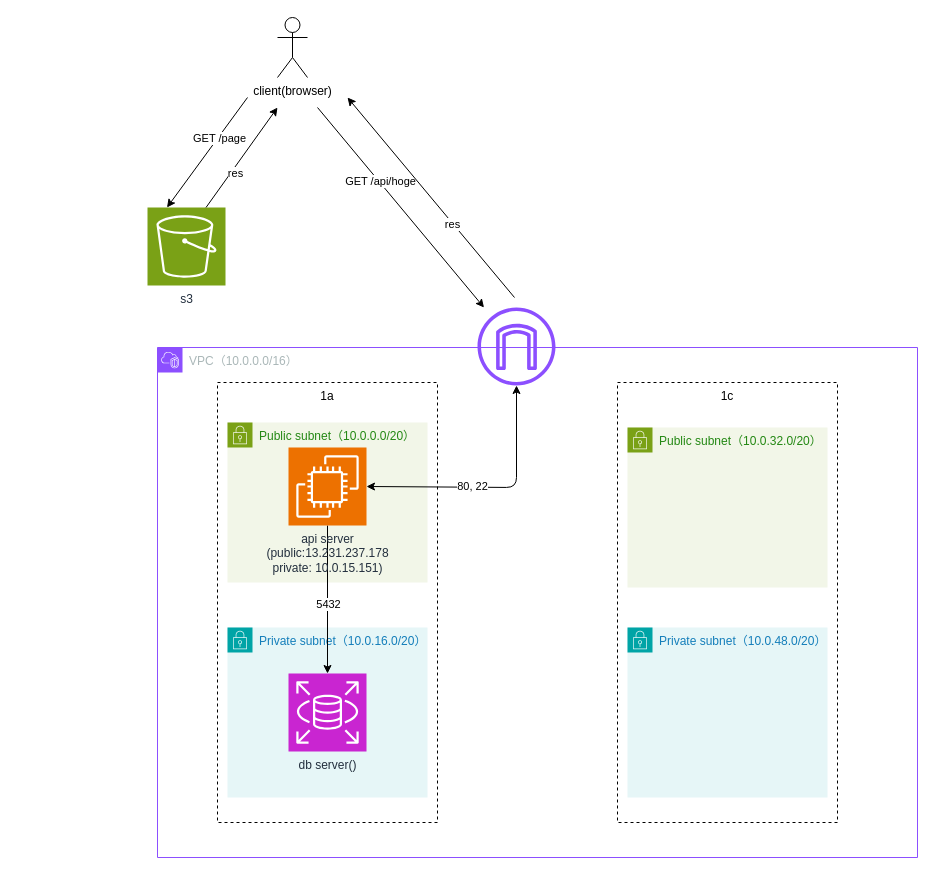
ChaSaji/aws-learn keeps this draw.io diagram as aws.drawio. Above is the earlier version. Source tidied: cells renumbered, new cells numbered last; positions are measured from the earlier drawing's top-left corner, leaving out a move shared by most shapes. Both pictures are drawn from the tidied source at 100%, with x=0, y=0 at pixel (147, 17).
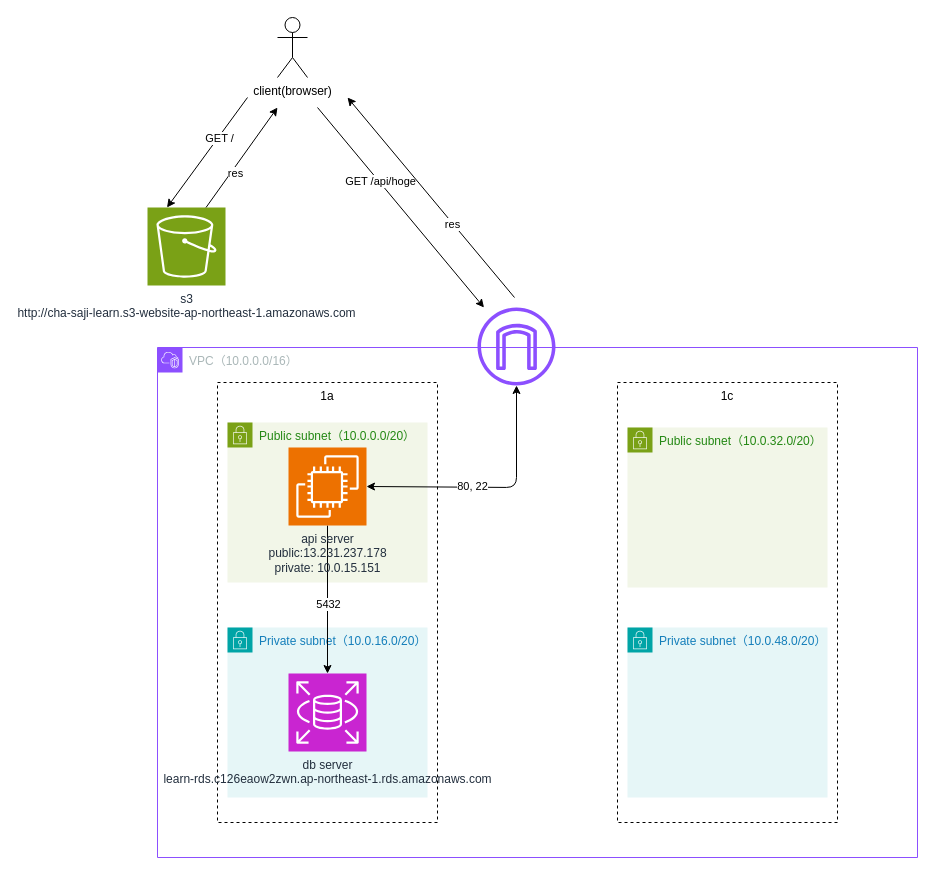
The same diagram, later.

Commit message:
add: リソースのパスを追加

Unchanged cells that the change refers to:
```xml
<mxCell id="2" value="VPC（10.0.0.0/16）" style="gradientColor=none;html=1;whiteSpace=wrap;fontSize=12;fontStyle=0;shape=mxgraph.aws4.group;grIcon=mxgraph.aws4.group_vpc2;strokeColor=#8C4FFF;fillColor=none;verticalAlign=top;align=left;spacingLeft=30;fontColor=#AAB7B8;dashed=0;" parent="1" vertex="1">
  <mxGeometry x="10" y="330" width="760" height="510" as="geometry" />
</mxCell>
<mxCell id="6" value="Private subnet（10.0.16.0/20）" style="gradientColor=none;html=1;whiteSpace=wrap;fontSize=12;fontStyle=0;shape=mxgraph.aws4.group;grIcon=mxgraph.aws4.group_security_group;grStroke=0;strokeColor=#00A4A6;fillColor=#E6F6F7;verticalAlign=top;align=left;spacingLeft=30;fontColor=#147EBA;dashed=0;" parent="2" vertex="1">
  <mxGeometry x="70" y="280" width="200" height="170" as="geometry" />
</mxCell>
<mxCell id="18" style="endArrow=classic;html=1;entryX=0.25;entryY=0;entryDx=0;entryDy=0;entryPerimeter=0;" parent="1" edge="1" target="16">
  <mxGeometry relative="1" as="geometry">
    <mxPoint x="100" y="80" as="sourcePoint" />
  </mxGeometry>
</mxCell>
```

Change to the diagram source:
```diff
@@
-<mxGraphModel>
+<mxGraphModel background="#FFFFFF">
@@
-    <mxCell id="7" value="db server()" style="sketch=0;points=[[0,0,0],[0.25,0,0],[0.5,0,0],[0.75,0,0],[1,0,0],[0,1,0],[0.25,1,0],[0.5,1,0],[0.75,1,0],[1,1,0],[0,0.25,0],[0,0.5,0],[0,0.75,0],[1,0.25,0],[1,0.5,0],[1,0.75,0]];outlineConnect=0;fontColor=#232F3E;fillColor=#C925D1;strokeColor=#ffffff;dashed=0;verticalLabelPosition=bottom;verticalAlign=top;align=center;html=1;fontSize=12;fontStyle=0;shape=mxgraph.aws4.resourceIcon;resIcon=mxgraph.aws4.rds;" parent="6" vertex="1">
+    <mxCell id="7" value="db server&lt;br&gt;learn-rds.c126eaow2zwn.ap-northeast-1.rds.amazonaws.com" style="sketch=0;points=[[0,0,0],[0.25,0,0],[0.5,0,0],[0.75,0,0],[1,0,0],[0,1,0],[0.25,1,0],[0.5,1,0],[0.75,1,0],[1,1,0],[0,0.25,0],[0,0.5,0],[0,0.75,0],[1,0.25,0],[1,0.5,0],[1,0.75,0]];outlineConnect=0;fontColor=#232F3E;fillColor=#C925D1;strokeColor=#ffffff;dashed=0;verticalLabelPosition=bottom;verticalAlign=top;align=center;html=1;fontSize=12;fontStyle=0;shape=mxgraph.aws4.resourceIcon;resIcon=mxgraph.aws4.rds;" parent="6" vertex="1">
       <mxGeometry x="61" y="46" width="78" height="78" as="geometry" />
     </mxCell>
@@
-    <mxCell id="15" value="api server&lt;br&gt;(public:13.231.237.178&lt;div&gt;private: 10.0.15.151)&lt;/div&gt;" style="sketch=0;points=[[0,0,0],[0.25,0,0],[0.5,0,0],[0.75,0,0],[1,0,0],[0,1,0],[0.25,1,0],[0.5,1,0],[0.75,1,0],[1,1,0],[0,0.25,0],[0,0.5,0],[0,0.75,0],[1,0.25,0],[1,0.5,0],[1,0.75,0]];outlineConnect=0;fontColor=#232F3E;fillColor=#ED7100;strokeColor=#ffffff;dashed=0;verticalLabelPosition=bottom;verticalAlign=top;align=center;html=1;fontSize=12;fontStyle=0;shape=mxgraph.aws4.resourceIcon;resIcon=mxgraph.aws4.ec2;" parent="2" vertex="1">
+    <mxCell id="15" value="api server&lt;br&gt;public:13.231.237.178&lt;div&gt;private: 10.0.15.151&lt;/div&gt;" style="sketch=0;points=[[0,0,0],[0.25,0,0],[0.5,0,0],[0.75,0,0],[1,0,0],[0,1,0],[0.25,1,0],[0.5,1,0],[0.75,1,0],[1,1,0],[0,0.25,0],[0,0.5,0],[0,0.75,0],[1,0.25,0],[1,0.5,0],[1,0.75,0]];outlineConnect=0;fontColor=#232F3E;fillColor=#ED7100;strokeColor=#ffffff;dashed=0;verticalLabelPosition=bottom;verticalAlign=top;align=center;html=1;fontSize=12;fontStyle=0;shape=mxgraph.aws4.resourceIcon;resIcon=mxgraph.aws4.ec2;" parent="2" vertex="1">
       <mxGeometry x="131" y="100" width="78" height="78" as="geometry" />
     </mxCell>
-    <mxCell id="16" value="s3" style="sketch=0;points=[[0,0,0],[0.25,0,0],[0.5,0,0],[0.75,0,0],[1,0,0],[0,1,0],[0.25,1,0],[0.5,1,0],[0.75,1,0],[1,1,0],[0,0.25,0],[0,0.5,0],[0,0.75,0],[1,0.25,0],[1,0.5,0],[1,0.75,0]];outlineConnect=0;fontColor=#232F3E;fillColor=#7AA116;strokeColor=#ffffff;dashed=0;verticalLabelPosition=bottom;verticalAlign=top;align=center;html=1;fontSize=12;fontStyle=0;shape=mxgraph.aws4.resourceIcon;resIcon=mxgraph.aws4.s3;" parent="1" vertex="1">
+    <mxCell id="16" value="s3&lt;br&gt;http://cha-saji-learn.s3-website-ap-northeast-1.amazonaws.com" style="sketch=0;points=[[0,0,0],[0.25,0,0],[0.5,0,0],[0.75,0,0],[1,0,0],[0,1,0],[0.25,1,0],[0.5,1,0],[0.75,1,0],[1,1,0],[0,0.25,0],[0,0.5,0],[0,0.75,0],[1,0.25,0],[1,0.5,0],[1,0.75,0]];outlineConnect=0;fontColor=#232F3E;fillColor=#7AA116;strokeColor=#ffffff;dashed=0;verticalLabelPosition=bottom;verticalAlign=top;align=center;html=1;fontSize=12;fontStyle=0;shape=mxgraph.aws4.resourceIcon;resIcon=mxgraph.aws4.s3;" parent="1" vertex="1">
       <mxGeometry y="190" width="78" height="78" as="geometry" />
     </mxCell>
@@
-    <mxCell id="19" value="GET /page" style="edgeLabel;html=1;align=center;verticalAlign=middle;" parent="18" vertex="1">
+    <mxCell id="19" value="GET /" style="edgeLabel;html=1;align=center;verticalAlign=middle;" parent="18" vertex="1">
       <mxGeometry x="-0.26" y="1" relative="1" as="geometry" />
     </mxCell>
```
